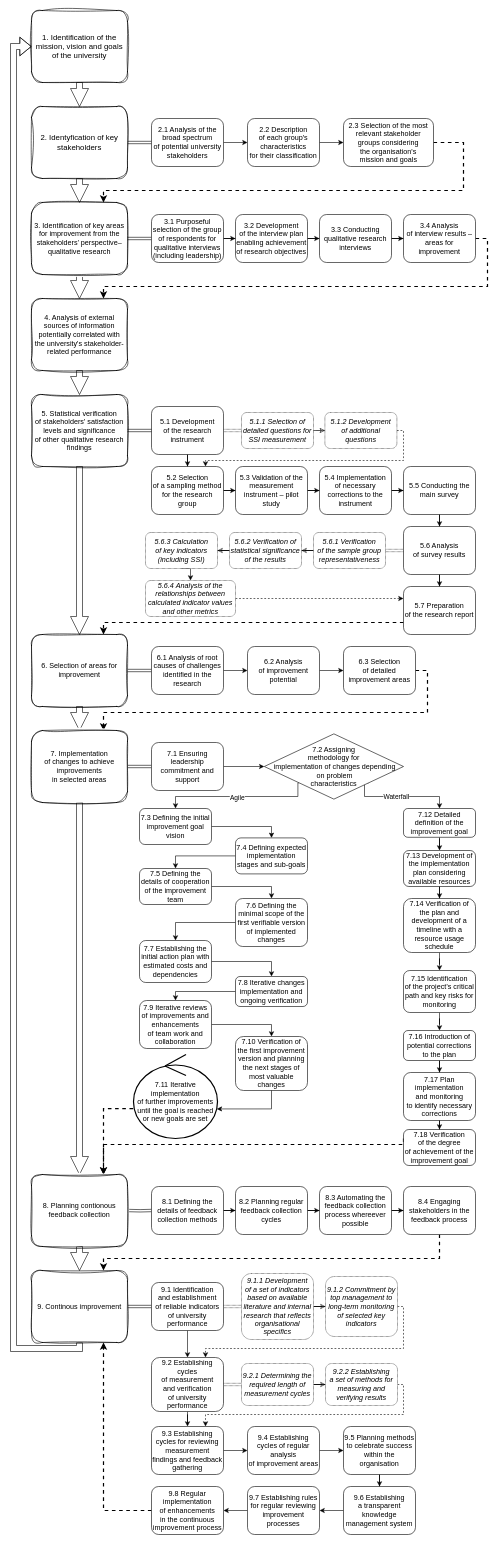
JeanPaulSzefler/doktorat_git keeps this draw.io diagram as monography_materials/FiguresFiles/Model SSDQM_full_ENG.drawio. Above is the earlier version. Source tidied: cells renumbered, new cells numbered last; positions are measured from the earlier drawing's top-left corner, leaving out a move shared by most shapes. Both pictures are drawn from the tidied source at 60%, with x=0, y=0 at pixel (13, 10).
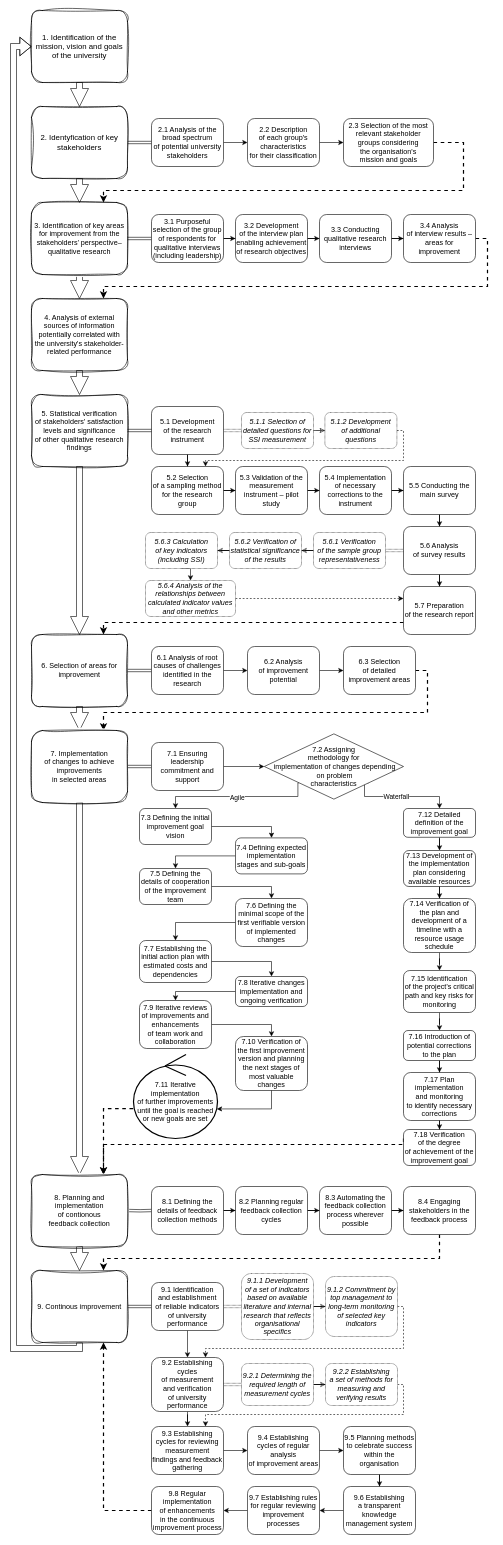
The same page after the edit.

Commit message (it also covers changes not shown here):
Monography_0.1 chapter 5.3 SSDQM descriptions until 9.4

The edit, as a diff of the source:
```diff
@@
-    <mxCell id="109" value="8. Planning contionous feedback collection" style="rounded=1;whiteSpace=wrap;html=1;sketch=1;curveFitting=1;jiggle=2;" parent="1" vertex="1">
+    <mxCell id="109" value="8. Planning and implementation &lt;br&gt;of contionous &lt;br&gt;feedback collection" style="rounded=1;whiteSpace=wrap;html=1;sketch=1;curveFitting=1;jiggle=2;" parent="1" vertex="1">
       <mxGeometry x="30" y="1940" width="160" height="120" as="geometry" />
     </mxCell>
@@
-    <mxCell id="115" value="8.3 Automating the feedback collection process whereever possible" style="rounded=1;whiteSpace=wrap;html=1;" parent="1" vertex="1">
+    <mxCell id="115" value="8.3 Automating the feedback collection process wherever possible" style="rounded=1;whiteSpace=wrap;html=1;" parent="1" vertex="1">
       <mxGeometry x="510" y="1960" width="120" height="80" as="geometry" />
     </mxCell>
```
